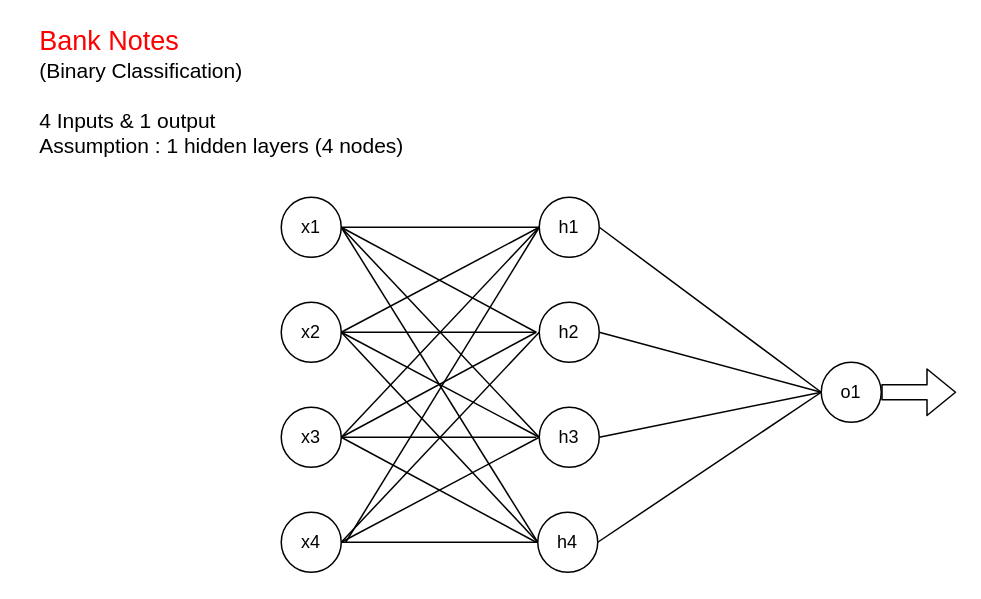
cce-iisc-ml-2020/ann keeps this draw.io diagram as Diagram.drawio. Above is the earlier version. Source tidied: cells renumbered, new cells numbered last; positions are measured from the earlier drawing's top-left corner, leaving out a move shared by most shapes. Both pictures are drawn from the tidied source at 150%, with x=0, y=0 at pixel (26, 32).
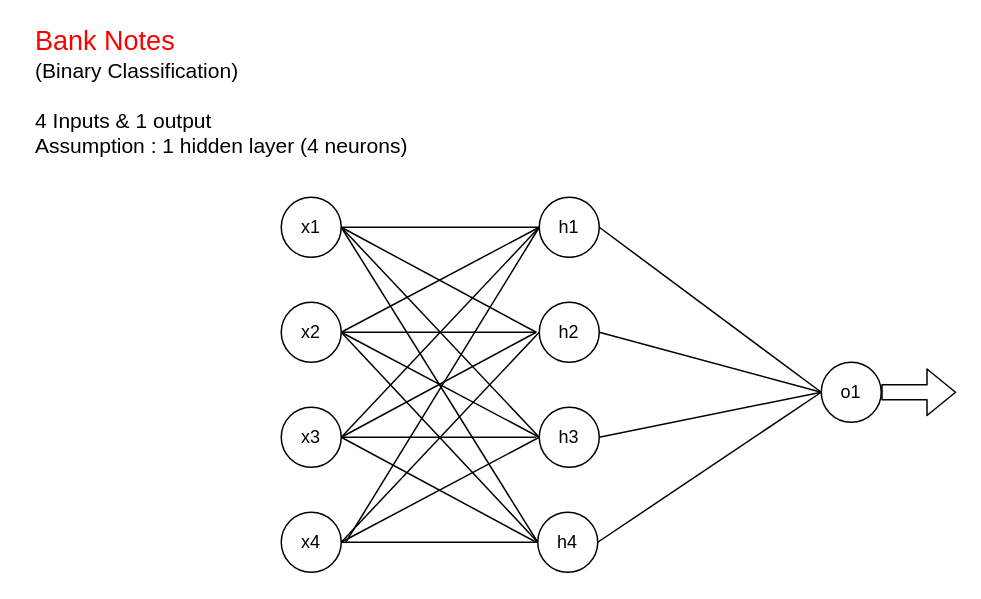
After the change.

Change to the diagram source:
```diff
@@
-    <mxCell id="15" value="&lt;div style=&quot;text-align: left&quot;&gt;&lt;font color=&quot;#ff0000&quot;&gt;&lt;font style=&quot;font-size: 18px&quot;&gt;Bank Notes&lt;/font&gt;&lt;span style=&quot;font-size: 14px&quot;&gt;&amp;nbsp;&lt;/span&gt;&lt;/font&gt;&lt;/div&gt;&lt;font&gt;&lt;div style=&quot;font-size: 14px ; text-align: left&quot;&gt;&lt;span&gt;(Binary Classification)&lt;/span&gt;&lt;/div&gt;&lt;div style=&quot;font-size: 14px ; text-align: left&quot;&gt;&lt;span&gt;&lt;br&gt;&lt;/span&gt;&lt;/div&gt;&lt;div style=&quot;font-size: 14px ; text-align: left&quot;&gt;&lt;span&gt;4 Inputs &amp;amp; 1 output&lt;/span&gt;&lt;/div&gt;&lt;div style=&quot;text-align: left&quot;&gt;&lt;span style=&quot;font-size: 14px&quot;&gt;Assumption&amp;nbsp;&lt;/span&gt;&lt;span style=&quot;font-size: 14px&quot;&gt;: 1 hidden layers (4 nodes)&lt;/span&gt;&lt;/div&gt;&lt;/font&gt;" style="text;html=1;align=center;verticalAlign=middle;" parent="1" vertex="1">
+    <mxCell id="15" value="&lt;div style=&quot;text-align: left&quot;&gt;&lt;font color=&quot;#ff0000&quot;&gt;&lt;font style=&quot;font-size: 18px&quot;&gt;Bank Notes&lt;/font&gt;&lt;span style=&quot;font-size: 14px&quot;&gt;&amp;nbsp;&lt;/span&gt;&lt;/font&gt;&lt;/div&gt;&lt;font&gt;&lt;div style=&quot;font-size: 14px ; text-align: left&quot;&gt;&lt;span&gt;(Binary Classification)&lt;/span&gt;&lt;/div&gt;&lt;div style=&quot;font-size: 14px ; text-align: left&quot;&gt;&lt;span&gt;&lt;br&gt;&lt;/span&gt;&lt;/div&gt;&lt;div style=&quot;font-size: 14px ; text-align: left&quot;&gt;&lt;span&gt;4 Inputs &amp;amp; 1 output&lt;/span&gt;&lt;/div&gt;&lt;div style=&quot;text-align: left&quot;&gt;&lt;span style=&quot;font-size: 14px&quot;&gt;Assumption&amp;nbsp;&lt;/span&gt;&lt;span style=&quot;font-size: 14px&quot;&gt;: 1 hidden layer (4 neurons)&lt;/span&gt;&lt;/div&gt;&lt;/font&gt;" style="text;html=1;align=center;verticalAlign=middle;" parent="1" vertex="1">
       <mxGeometry width="260" height="80" as="geometry" />
     </mxCell>
```
